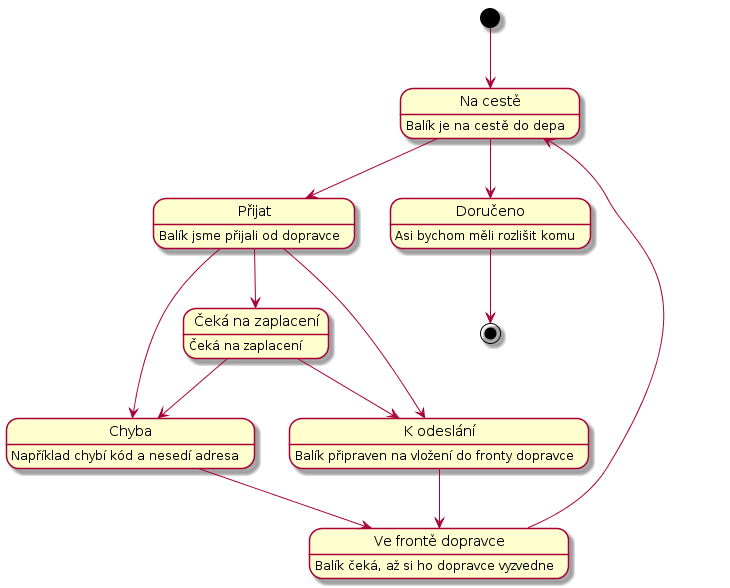
This is docs/diagrams/out/states-package.png from Internet-Handel/postman, a PlantUML export, as it was before one commit.
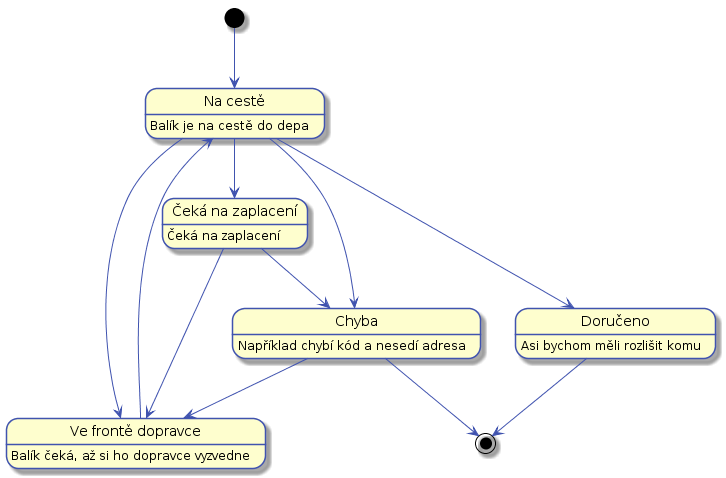
Later version of the same file.

Diff of the diagram source:
```diff
@@ -1,20 +1,27 @@
 @startuml
 hide empty description
 
+
+skinparam state {
+    BorderColor #4053AF
+    ArrowColor #4053AF
+    FontName Roboto
+}
+
+skinparam activityDiamond {
+    BorderColor #4053AF
+    ArrowColor #4053AF
+    FontName Roboto
+}
+
 state "Na cestě" as naCeste
 naCeste:Balík je na cestě do depa
-
-state "Přijat" as prijat
-prijat:Balík jsme přijali od dopravce
 
 state "Chyba" as chyba
 chyba:Například chybí kód a nesedí adresa
 
 state "Čeká na zaplacení" as cekaNaZaplaceni
 cekaNaZaplaceni:Čeká na zaplacení
-
-state "K odeslání" as kOdeslani
-kOdeslani: Balík připraven na vložení do fronty dopravce
 
 state "Ve frontě dopravce" as cekaNaDopravce
 cekaNaDopravce:Balík čeká, až si ho dopravce vyzvedne
@@ -23,15 +30,15 @@
 doruceno: Asi bychom měli rozlišit komu
 
 [*] --> naCeste
-naCeste --> prijat
 naCeste --> doruceno
-prijat --> kOdeslani
-prijat --> chyba
-prijat --> cekaNaZaplaceni
-cekaNaZaplaceni --> kOdeslani
+naCeste --> cekaNaDopravce
+naCeste --> chyba
+naCeste --> cekaNaZaplaceni
+
+cekaNaZaplaceni --> cekaNaDopravce
 cekaNaZaplaceni --> chyba
-kOdeslani --> cekaNaDopravce
 cekaNaDopravce --> naCeste
 chyba --> cekaNaDopravce
+chyba --> [*]
 doruceno --> [*]
 @enduml
```
